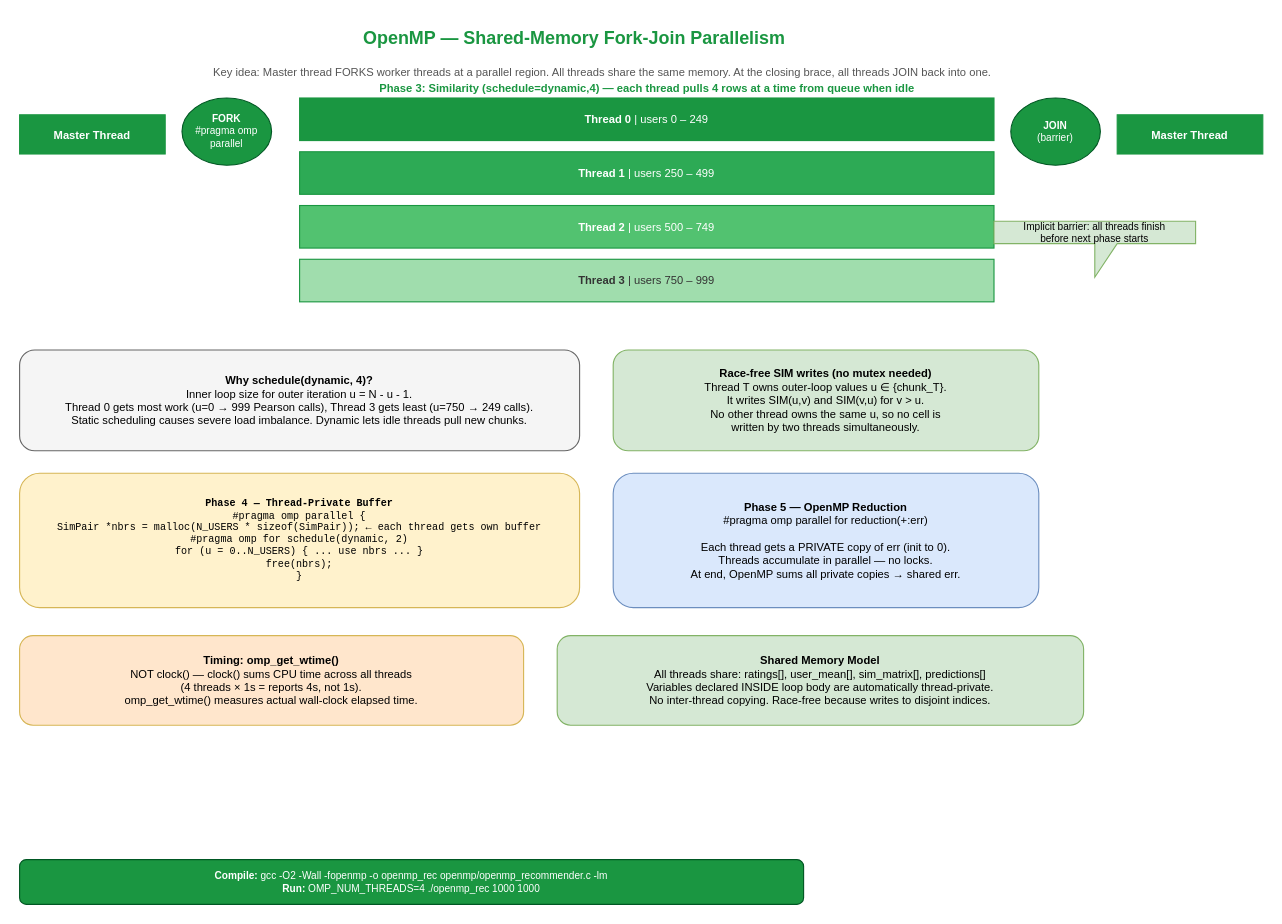
Above: page "2. OpenMP" (2 of 6) of analysis_diagrams/drawio/all_diagrams.drawio in Ashfaq-Riyaldeen/hpc-mine (draw.io), before the change. Source tidied: cells renumbered, new cells numbered last; positions are measured from the earlier drawing's top-left corner, leaving out a move shared by most shapes. Both pictures are drawn from the tidied source at 112%, with x=0, y=0 at pixel (19, 19).
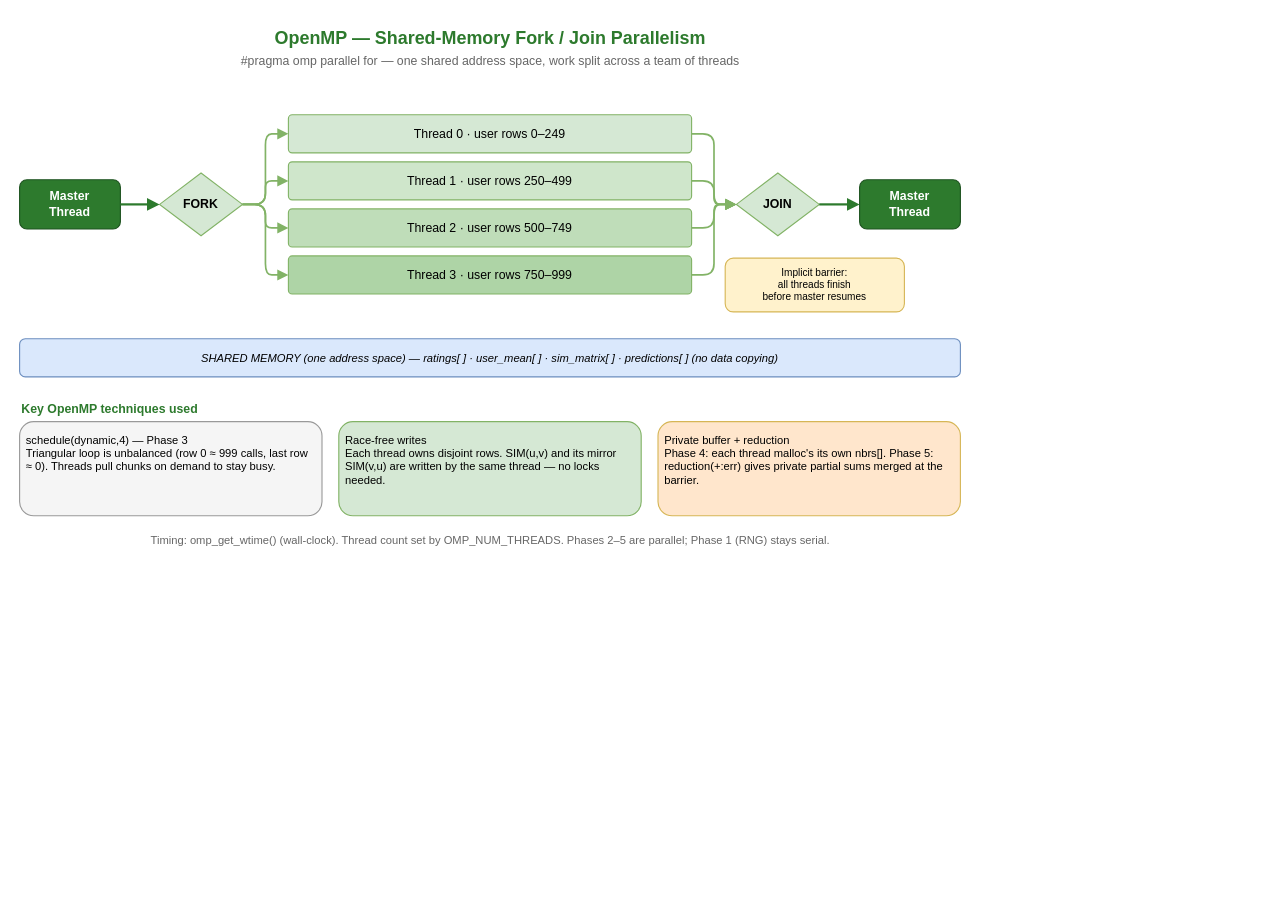
After the change.

Diff of the diagram source:
```diff
@@
-    <mxCell id="2" value="OpenMP — Shared-Memory Fork-Join Parallelism" style="text;html=1;strokeColor=none;fillColor=none;align=center;fontStyle=1;fontSize=16;fontColor=#1a9641;" parent="1" vertex="1">
-      <mxGeometry x="170" width="650" height="35" as="geometry" />
-    </mxCell>
-    <mxCell id="3" value="Key idea: Master thread FORKS worker threads at a parallel region. All threads share the same memory. At the closing brace, all threads JOIN back into one." style="text;html=1;strokeColor=none;fillColor=none;align=center;fontSize=10;fontColor=#555555;" parent="1" vertex="1">
-      <mxGeometry x="70" y="35" width="900" height="25" as="geometry" />
-    </mxCell>
-    <mxCell id="4" value="&lt;b&gt;Master Thread&lt;/b&gt;" style="rounded=0;whiteSpace=wrap;html=1;fillColor=#1a9641;strokeColor=#1a9641;fontColor=#ffffff;fontSize=10;" parent="1" vertex="1">
-      <mxGeometry y="85" width="130" height="35" as="geometry" />
-    </mxCell>
-    <mxCell id="5" value="&lt;b&gt;FORK&lt;/b&gt;&lt;br&gt;#pragma omp parallel" style="shape=mxgraph.flowchart.start_2;whiteSpace=wrap;html=1;fillColor=#1a9641;strokeColor=#005723;fontColor=#ffffff;fontSize=9;" parent="1" vertex="1">
-      <mxGeometry x="145" y="70" width="80" height="60" as="geometry" />
-    </mxCell>
-    <mxCell id="6" value="&lt;b&gt;Thread 0&lt;/b&gt;  |  users 0 – 249" style="rounded=0;whiteSpace=wrap;html=1;fillColor=#1a9641;strokeColor=#1a9641;fontColor=#ffffff;fontSize=10;" parent="1" vertex="1">
-      <mxGeometry x="250" y="70" width="620" height="38" as="geometry" />
-    </mxCell>
-    <mxCell id="7" value="&lt;b&gt;Thread 1&lt;/b&gt;  |  users 250 – 499" style="rounded=0;whiteSpace=wrap;html=1;fillColor=#2daa55;strokeColor=#1a9641;fontColor=#ffffff;fontSize=10;" parent="1" vertex="1">
-      <mxGeometry x="250" y="118" width="620" height="38" as="geometry" />
-    </mxCell>
-    <mxCell id="8" value="&lt;b&gt;Thread 2&lt;/b&gt;  |  users 500 – 749" style="rounded=0;whiteSpace=wrap;html=1;fillColor=#52c270;strokeColor=#1a9641;fontColor=#ffffff;fontSize=10;" parent="1" vertex="1">
-      <mxGeometry x="250" y="166" width="620" height="38" as="geometry" />
-    </mxCell>
-    <mxCell id="9" value="&lt;b&gt;Thread 3&lt;/b&gt;  |  users 750 – 999" style="rounded=0;whiteSpace=wrap;html=1;fillColor=#a0ddad;strokeColor=#1a9641;fontColor=#333333;fontSize=10;" parent="1" vertex="1">
-      <mxGeometry x="250" y="214" width="620" height="38" as="geometry" />
-    </mxCell>
-    <mxCell id="10" value="&lt;b&gt;JOIN&lt;/b&gt;&lt;br&gt;(barrier)" style="shape=mxgraph.flowchart.start_2;whiteSpace=wrap;html=1;fillColor=#1a9641;strokeColor=#005723;fontColor=#ffffff;fontSize=9;" parent="1" vertex="1">
-      <mxGeometry x="885" y="70" width="80" height="60" as="geometry" />
-    </mxCell>
-    <mxCell id="11" value="&lt;b&gt;Master Thread&lt;/b&gt;" style="rounded=0;whiteSpace=wrap;html=1;fillColor=#1a9641;strokeColor=#1a9641;fontColor=#ffffff;fontSize=10;" parent="1" vertex="1">
-      <mxGeometry x="980" y="85" width="130" height="35" as="geometry" />
-    </mxCell>
-    <mxCell id="12" value="Phase 3: Similarity  (schedule=dynamic,4)  — each thread pulls 4 rows at a time from queue when idle" style="text;html=1;strokeColor=none;fillColor=none;align=center;fontSize=10;fontStyle=1;fontColor=#1a9641;" parent="1" vertex="1">
-      <mxGeometry x="250" y="49" width="620" height="22" as="geometry" />
-    </mxCell>
-    <mxCell id="13" value="Implicit barrier: all threads finish&lt;br&gt;before next phase starts" style="shape=callout;whiteSpace=wrap;html=1;fillColor=#d5e8d4;strokeColor=#82b366;fontSize=9;" parent="1" vertex="1">
-      <mxGeometry x="870" y="180" width="180" height="50" as="geometry" />
-    </mxCell>
-    <mxCell id="14" style="endArrow=none;dashed=1;strokeColor=#888888;strokeWidth=1;" parent="1" edge="1">
-      <mxGeometry x="30" y="290" as="geometry">
-        <Array as="points">
-          <mxPoint x="1100" y="275" />
-        </Array>
-      </mxGeometry>
-    </mxCell>
-    <mxCell id="15" value="&lt;b&gt;Why schedule(dynamic, 4)?&lt;/b&gt;&lt;br&gt;Inner loop size for outer iteration u = N - u - 1.&lt;br&gt;Thread 0 gets most work (u=0 → 999 Pearson calls), Thread 3 gets least (u=750 → 249 calls).&lt;br&gt;Static scheduling causes severe load imbalance. Dynamic lets idle threads pull new chunks." style="rounded=1;whiteSpace=wrap;html=1;fillColor=#f5f5f5;strokeColor=#666666;fontSize=10;" parent="1" vertex="1">
-      <mxGeometry y="295" width="500" height="90" as="geometry" />
-    </mxCell>
-    <mxCell id="16" value="&lt;b&gt;Race-free SIM writes (no mutex needed)&lt;/b&gt;&lt;br&gt;Thread T owns outer-loop values u ∈ {chunk_T}.&lt;br&gt;It writes SIM(u,v) and SIM(v,u) for v &gt; u.&lt;br&gt;No other thread owns the same u, so no cell is&lt;br&gt;written by two threads simultaneously." style="rounded=1;whiteSpace=wrap;html=1;fillColor=#d5e8d4;strokeColor=#82b366;fontSize=10;" parent="1" vertex="1">
-      <mxGeometry x="530" y="295" width="380" height="90" as="geometry" />
-    </mxCell>
-    <mxCell id="17" value="&lt;b&gt;Phase 4 — Thread-Private Buffer&lt;/b&gt;&lt;br&gt;#pragma omp parallel { &lt;br&gt;  SimPair *nbrs = malloc(N_USERS * sizeof(SimPair)); ← each thread gets own buffer&lt;br&gt;  #pragma omp for schedule(dynamic, 2)&lt;br&gt;  for (u = 0..N_USERS) { ... use nbrs ... }&lt;br&gt;  free(nbrs);&lt;br&gt;}" style="rounded=1;whiteSpace=wrap;html=1;fillColor=#fff2cc;strokeColor=#d6b656;fontSize=9;fontFamily=Courier New;" parent="1" vertex="1">
-      <mxGeometry y="405" width="500" height="120" as="geometry" />
-    </mxCell>
-    <mxCell id="18" value="&lt;b&gt;Phase 5 — OpenMP Reduction&lt;/b&gt;&lt;br&gt;#pragma omp parallel for reduction(+:err)&lt;br&gt;&lt;br&gt;Each thread gets a PRIVATE copy of err (init to 0).&lt;br&gt;Threads accumulate in parallel — no locks.&lt;br&gt;At end, OpenMP sums all private copies → shared err." style="rounded=1;whiteSpace=wrap;html=1;fillColor=#dae8fc;strokeColor=#6c8ebf;fontSize=10;" parent="1" vertex="1">
-      <mxGeometry x="530" y="405" width="380" height="120" as="geometry" />
-    </mxCell>
-    <mxCell id="19" value="&lt;b&gt;Timing: omp_get_wtime()&lt;/b&gt;&lt;br&gt;NOT clock() — clock() sums CPU time across all threads&lt;br&gt;(4 threads × 1s = reports 4s, not 1s).&lt;br&gt;omp_get_wtime() measures actual wall-clock elapsed time." style="rounded=1;whiteSpace=wrap;html=1;fillColor=#ffe6cc;strokeColor=#d6b656;fontSize=10;" parent="1" vertex="1">
-      <mxGeometry y="550" width="450" height="80" as="geometry" />
-    </mxCell>
-    <mxCell id="20" value="&lt;b&gt;Shared Memory Model&lt;/b&gt;&lt;br&gt;All threads share:  ratings[], user_mean[], sim_matrix[], predictions[]&lt;br&gt;Variables declared INSIDE loop body are automatically thread-private.&lt;br&gt;No inter-thread copying. Race-free because writes to disjoint indices." style="rounded=1;whiteSpace=wrap;html=1;fillColor=#d5e8d4;strokeColor=#82b366;fontSize=10;" parent="1" vertex="1">
-      <mxGeometry x="480" y="550" width="470" height="80" as="geometry" />
-    </mxCell>
-    <mxCell id="21" value="&lt;b&gt;Compile:&lt;/b&gt;  gcc -O2 -Wall -fopenmp -o openmp_rec openmp/openmp_recommender.c -lm&lt;br&gt;&lt;b&gt;Run:&lt;/b&gt;  OMP_NUM_THREADS=4  ./openmp_rec 1000 1000" style="rounded=1;whiteSpace=wrap;html=1;fillColor=#1a9641;strokeColor=#005723;fontColor=#ffffff;fontSize=9;" parent="1" vertex="1">
-      <mxGeometry y="750" width="700" height="40" as="geometry" />
-    </mxCell>
+    <mxCell id="22" value="OpenMP — Shared-Memory Fork / Join Parallelism" style="text;html=1;align=center;verticalAlign=middle;fontStyle=1;fontSize=16;fontColor=#2d7a2d;" parent="1" vertex="1">
+      <mxGeometry x="120" y="3" width="600" height="26" as="geometry" />
+    </mxCell>
+    <mxCell id="23" value="#pragma omp parallel for — one shared address space, work split across a team of threads" style="text;html=1;align=center;verticalAlign=middle;fontSize=11;fontColor=#666666;" parent="1" vertex="1">
+      <mxGeometry x="120" y="27" width="600" height="20" as="geometry" />
+    </mxCell>
+    <mxCell id="24" value="Master&#10;Thread" style="rounded=1;whiteSpace=wrap;html=1;fillColor=#2d7a2d;strokeColor=#1e5320;fontColor=#ffffff;fontSize=11;fontStyle=1;verticalAlign=middle;" parent="1" vertex="1">
+      <mxGeometry y="143" width="90" height="44" as="geometry" />
+    </mxCell>
+    <mxCell id="25" value="FORK" style="rhombus;whiteSpace=wrap;html=1;fillColor=#d5e8d4;strokeColor=#82b366;fontSize=11;fontStyle=1;verticalAlign=middle;" parent="1" vertex="1">
+      <mxGeometry x="125" y="137" width="74" height="56" as="geometry" />
+    </mxCell>
+    <mxCell id="26" value="Thread 0  ·  user rows 0–249" style="rounded=1;whiteSpace=wrap;html=1;fillColor=#d5e8d4;strokeColor=#82b366;fontSize=11;arcSize=10;verticalAlign=middle;" parent="1" vertex="1">
+      <mxGeometry x="240" y="85" width="360" height="34" as="geometry" />
+    </mxCell>
+    <mxCell id="27" value="Thread 1  ·  user rows 250–499" style="rounded=1;whiteSpace=wrap;html=1;fillColor=#cfe6cb;strokeColor=#82b366;fontSize=11;arcSize=10;verticalAlign=middle;" parent="1" vertex="1">
+      <mxGeometry x="240" y="127" width="360" height="34" as="geometry" />
+    </mxCell>
+    <mxCell id="28" value="Thread 2  ·  user rows 500–749" style="rounded=1;whiteSpace=wrap;html=1;fillColor=#bfddb9;strokeColor=#82b366;fontSize=11;arcSize=10;verticalAlign=middle;" parent="1" vertex="1">
+      <mxGeometry x="240" y="169" width="360" height="34" as="geometry" />
+    </mxCell>
+    <mxCell id="29" value="Thread 3  ·  user rows 750–999" style="rounded=1;whiteSpace=wrap;html=1;fillColor=#aed4a6;strokeColor=#82b366;fontSize=11;arcSize=10;verticalAlign=middle;" parent="1" vertex="1">
+      <mxGeometry x="240" y="211" width="360" height="34" as="geometry" />
+    </mxCell>
+    <mxCell id="30" value="JOIN" style="rhombus;whiteSpace=wrap;html=1;fillColor=#d5e8d4;strokeColor=#82b366;fontSize=11;fontStyle=1;verticalAlign=middle;" parent="1" vertex="1">
+      <mxGeometry x="640" y="137" width="74" height="56" as="geometry" />
+    </mxCell>
+    <mxCell id="31" value="Master&#10;Thread" style="rounded=1;whiteSpace=wrap;html=1;fillColor=#2d7a2d;strokeColor=#1e5320;fontColor=#ffffff;fontSize=11;fontStyle=1;verticalAlign=middle;" parent="1" vertex="1">
+      <mxGeometry x="750" y="143" width="90" height="44" as="geometry" />
+    </mxCell>
+    <mxCell id="32" style="edgeStyle=orthogonalEdgeStyle;rounded=0;html=1;endArrow=block;endFill=1;strokeWidth=2;strokeColor=#2d7a2d;" parent="1" edge="1" source="24" target="25">
+      <mxGeometry relative="1" as="geometry" />
+    </mxCell>
+    <mxCell id="33" style="edgeStyle=orthogonalEdgeStyle;rounded=1;html=1;endArrow=block;endFill=1;strokeWidth=1.5;strokeColor=#82b366;exitX=1;exitY=0.5;entryX=0;entryY=0.5;" parent="1" edge="1" source="25" target="26">
+      <mxGeometry relative="1" as="geometry" />
+    </mxCell>
+    <mxCell id="34" style="edgeStyle=orthogonalEdgeStyle;rounded=1;html=1;endArrow=block;endFill=1;strokeWidth=1.5;strokeColor=#82b366;exitX=1;exitY=0.5;entryX=0;entryY=0.5;" parent="1" edge="1" source="25" target="27">
+      <mxGeometry relative="1" as="geometry" />
+    </mxCell>
+    <mxCell id="35" style="edgeStyle=orthogonalEdgeStyle;rounded=1;html=1;endArrow=block;endFill=1;strokeWidth=1.5;strokeColor=#82b366;exitX=1;exitY=0.5;entryX=0;entryY=0.5;" parent="1" edge="1" source="25" target="28">
+      <mxGeometry relative="1" as="geometry" />
+    </mxCell>
+    <mxCell id="36" style="edgeStyle=orthogonalEdgeStyle;rounded=1;html=1;endArrow=block;endFill=1;strokeWidth=1.5;strokeColor=#82b366;exitX=1;exitY=0.5;entryX=0;entryY=0.5;" parent="1" edge="1" source="25" target="29">
+      <mxGeometry relative="1" as="geometry" />
+    </mxCell>
+    <mxCell id="37" style="edgeStyle=orthogonalEdgeStyle;rounded=1;html=1;endArrow=block;endFill=1;strokeWidth=1.5;strokeColor=#82b366;exitX=1;exitY=0.5;entryX=0;entryY=0.5;" parent="1" edge="1" source="26" target="30">
+      <mxGeometry relative="1" as="geometry" />
+    </mxCell>
+    <mxCell id="38" style="edgeStyle=orthogonalEdgeStyle;rounded=1;html=1;endArrow=block;endFill=1;strokeWidth=1.5;strokeColor=#82b366;exitX=1;exitY=0.5;entryX=0;entryY=0.5;" parent="1" edge="1" source="27" target="30">
+      <mxGeometry relative="1" as="geometry" />
+    </mxCell>
+    <mxCell id="39" style="edgeStyle=orthogonalEdgeStyle;rounded=1;html=1;endArrow=block;endFill=1;strokeWidth=1.5;strokeColor=#82b366;exitX=1;exitY=0.5;entryX=0;entryY=0.5;" parent="1" edge="1" source="28" target="30">
+      <mxGeometry relative="1" as="geometry" />
+    </mxCell>
+    <mxCell id="40" style="edgeStyle=orthogonalEdgeStyle;rounded=1;html=1;endArrow=block;endFill=1;strokeWidth=1.5;strokeColor=#82b366;exitX=1;exitY=0.5;entryX=0;entryY=0.5;" parent="1" edge="1" source="29" target="30">
+      <mxGeometry relative="1" as="geometry" />
+    </mxCell>
+    <mxCell id="41" style="edgeStyle=orthogonalEdgeStyle;rounded=0;html=1;endArrow=block;endFill=1;strokeWidth=2;strokeColor=#2d7a2d;" parent="1" edge="1" source="30" target="31">
+      <mxGeometry relative="1" as="geometry" />
+    </mxCell>
+    <mxCell id="42" value="Implicit barrier:&#10;all threads finish&#10;before master resumes" style="rounded=1;whiteSpace=wrap;html=1;fillColor=#fff2cc;strokeColor=#d6b656;fontSize=9;verticalAlign=middle;" parent="1" vertex="1">
+      <mxGeometry x="630" y="213" width="160" height="48" as="geometry" />
+    </mxCell>
+    <mxCell id="43" value="SHARED MEMORY (one address space)   —   ratings[ ]   ·   user_mean[ ]   ·   sim_matrix[ ]   ·   predictions[ ]   (no data copying)" style="rounded=1;whiteSpace=wrap;html=1;fillColor=#dae8fc;strokeColor=#6c8ebf;fontSize=10;fontStyle=2;verticalAlign=middle;" parent="1" vertex="1">
+      <mxGeometry y="285" width="840" height="34" as="geometry" />
+    </mxCell>
+    <mxCell id="44" value="Key OpenMP techniques used" style="text;html=1;align=left;fontStyle=1;fontSize=11;fontColor=#2d7a2d;" parent="1" vertex="1">
+      <mxGeometry y="335" width="300" height="20" as="geometry" />
+    </mxCell>
+    <mxCell id="45" value="schedule(dynamic,4) — Phase 3&#10;Triangular loop is unbalanced (row 0 ≈ 999 calls, last row ≈ 0). Threads pull chunks on demand to stay busy." style="rounded=1;whiteSpace=wrap;html=1;fillColor=#f5f5f5;strokeColor=#999999;fontSize=10;verticalAlign=top;align=left;spacing=6;" parent="1" vertex="1">
+      <mxGeometry y="359" width="270" height="84" as="geometry" />
+    </mxCell>
+    <mxCell id="46" value="Race-free writes&#10;Each thread owns disjoint rows. SIM(u,v) and its mirror SIM(v,u) are written by the same thread — no locks needed." style="rounded=1;whiteSpace=wrap;html=1;fillColor=#d5e8d4;strokeColor=#82b366;fontSize=10;verticalAlign=top;align=left;spacing=6;" parent="1" vertex="1">
+      <mxGeometry x="285" y="359" width="270" height="84" as="geometry" />
+    </mxCell>
+    <mxCell id="47" value="Private buffer + reduction&#10;Phase 4: each thread malloc's its own nbrs[]. Phase 5: reduction(+:err) gives private partial sums merged at the barrier." style="rounded=1;whiteSpace=wrap;html=1;fillColor=#ffe6cc;strokeColor=#d6b656;fontSize=10;verticalAlign=top;align=left;spacing=6;" parent="1" vertex="1">
+      <mxGeometry x="570" y="359" width="270" height="84" as="geometry" />
+    </mxCell>
+    <mxCell id="48" value="Timing: omp_get_wtime() (wall-clock).   Thread count set by OMP_NUM_THREADS.   Phases 2–5 are parallel; Phase 1 (RNG) stays serial." style="text;html=1;align=center;verticalAlign=middle;fontSize=10;fontColor=#666666;" parent="1" vertex="1">
+      <mxGeometry y="455" width="840" height="20" as="geometry" />
+    </mxCell>
```
